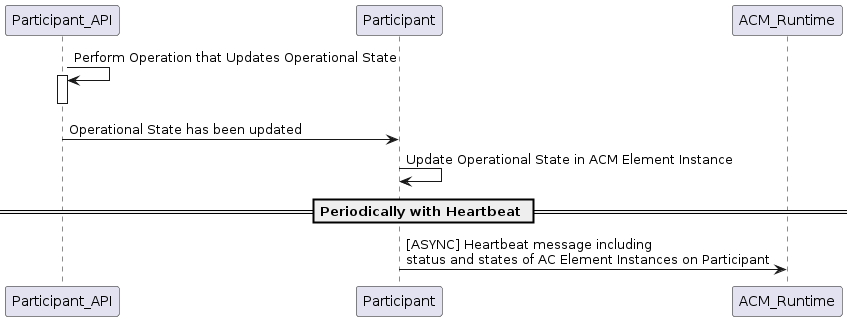
Earlier version of the PlantUML export docs/clamp/acm/images/system-dialogues/UpdateOperationalState.png (onap/policy-parent). Its source is kept beside it as docs/clamp/acm/plantuml/system-dialogues/UpdateOperationalState.puml. The source it was exported from:
```plantuml
@startuml
participant Participant_API
participant Participant
participant ACM_Runtime

Participant_API -> Participant_API: Perform Operation that Updates Operational State
activate Participant_API
deactivate Participant_API

Participant_API -> Participant: Operational State has been updated
Participant -> Participant: Update Operational State in ACM Element Instance

== Periodically with Heartbeat ==
Participant -> ACM_Runtime: [ASYNC] Heartbeat message including\nstatus and states of AC Element Instances on Participant

@enduml
```
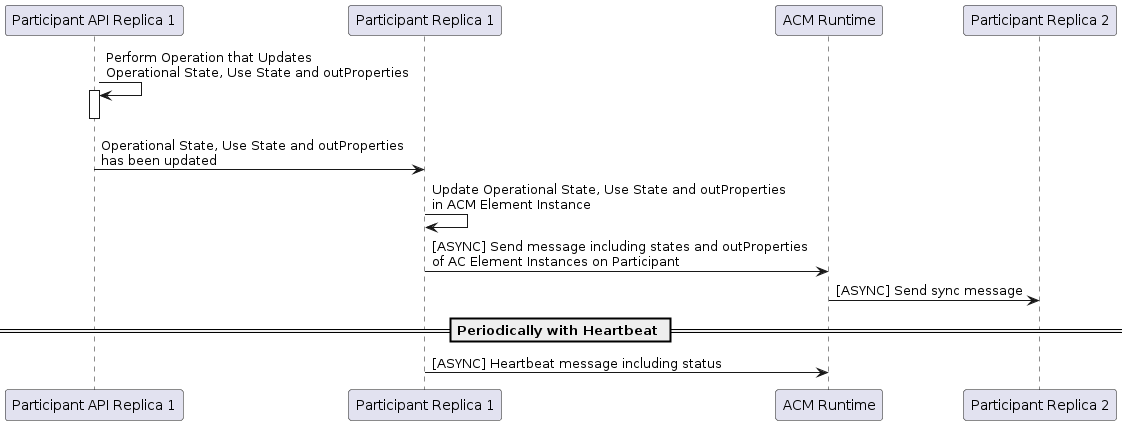
Above is the later version.

Change to the diagram source:
```diff
@@ -1,16 +1,19 @@
 @startuml
-participant Participant_API
-participant Participant
-participant ACM_Runtime
+participant "Participant API Replica 1"
+participant "Participant Replica 1"
+participant "ACM Runtime"
+participant "Participant Replica 2"
 
-Participant_API -> Participant_API: Perform Operation that Updates Operational State
-activate Participant_API
-deactivate Participant_API
+"Participant API Replica 1" -> "Participant API Replica 1": Perform Operation that Updates \nOperational State, Use State and outProperties
+activate "Participant API Replica 1"
+deactivate "Participant API Replica 1"
 
-Participant_API -> Participant: Operational State has been updated
-Participant -> Participant: Update Operational State in ACM Element Instance
+"Participant API Replica 1" -> "Participant Replica 1": Operational State, Use State and outProperties \nhas been updated
+"Participant Replica 1" -> "Participant Replica 1": Update Operational State, Use State and outProperties \nin ACM Element Instance
+"Participant Replica 1" -> "ACM Runtime": [ASYNC] Send message including states and outProperties \nof AC Element Instances on Participant
+"ACM Runtime" -> "Participant Replica 2": [ASYNC] Send sync message
 
 == Periodically with Heartbeat ==
-Participant -> ACM_Runtime: [ASYNC] Heartbeat message including\nstatus and states of AC Element Instances on Participant
+"Participant Replica 1" -> "ACM Runtime": [ASYNC] Heartbeat message including status
 
 @enduml
```
